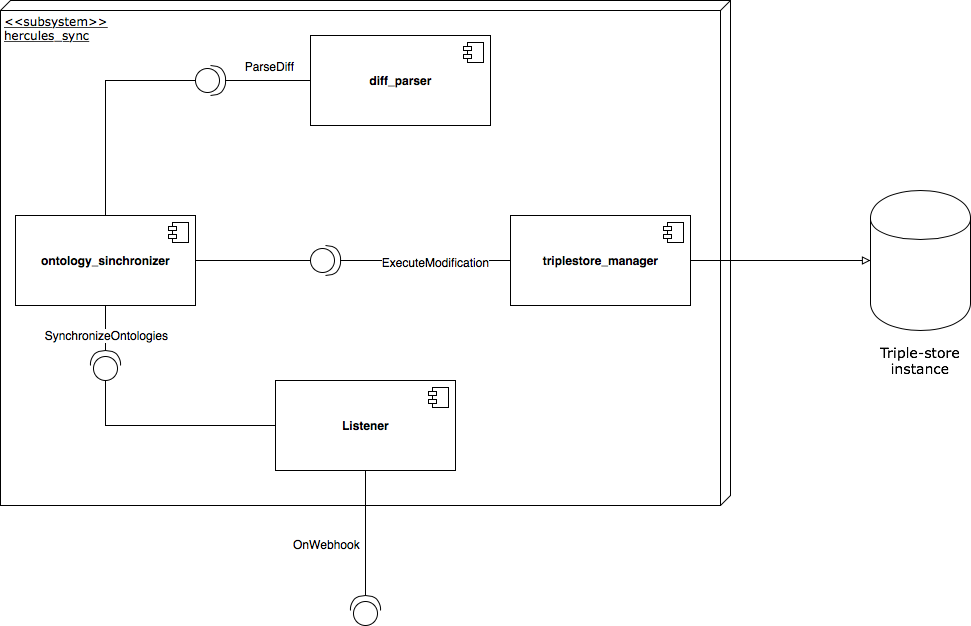
Above: docs/images/herc_sync_components.png in weso/hercules-sync (draw.io), before the change. Source tidied: cells renumbered, new cells last; positions are measured from the earlier drawing's top-left corner, leaving out a move shared by most shapes. Source of this version:
```xml
<mxGraphModel background="#ffffff">
  <root>
    <mxCell id="0" />
    <mxCell id="1" parent="0" />
    <mxCell id="2" value="&amp;lt;&amp;lt;subsystem&amp;gt;&amp;gt;&lt;br&gt;hercules_sync" style="verticalAlign=top;align=left;spacingTop=8;spacingLeft=2;spacingRight=12;shape=cube;size=10;direction=south;fontStyle=4;html=1;rounded=0;shadow=0;comic=0;labelBackgroundColor=none;strokeWidth=1;fontFamily=Verdana;fontSize=12;" parent="1" vertex="1">
      <mxGeometry width="730" height="505" as="geometry" />
    </mxCell>
    <mxCell id="3" style="edgeStyle=orthogonalEdgeStyle;rounded=0;jettySize=auto;html=1;exitX=0.5;exitY=1;exitDx=0;exitDy=0;entryX=1;entryY=0.5;entryDx=0;entryDy=0;entryPerimeter=0;endArrow=none;endFill=0;" parent="1" edge="1" source="6" target="8">
      <mxGeometry relative="1" as="geometry" />
    </mxCell>
    <mxCell id="4" value="OnWebhook" style="text;html=1;align=center;verticalAlign=middle;labelBackgroundColor=#ffffff;" parent="3" vertex="1">
      <mxGeometry x="0.17" y="1" relative="1" as="geometry">
        <mxPoint x="-41" as="offset" />
      </mxGeometry>
    </mxCell>
    <mxCell id="5" style="rounded=0;jettySize=auto;html=1;exitX=0;exitY=0.5;exitDx=0;exitDy=0;entryX=0;entryY=0.5;entryDx=0;entryDy=0;entryPerimeter=0;endArrow=none;endFill=0;" parent="1" edge="1" source="6" target="22">
      <mxGeometry relative="1" as="geometry">
        <Array as="points">
          <mxPoint x="105" y="425" />
        </Array>
      </mxGeometry>
    </mxCell>
    <mxCell id="6" value="&lt;b&gt;Listener&lt;/b&gt;" style="html=1;" parent="1" vertex="1">
      <mxGeometry x="275" y="380" width="180" height="90" as="geometry" />
    </mxCell>
    <mxCell id="7" style="shape=component;jettyWidth=8;jettyHeight=4;" parent="6" vertex="1">
      <mxGeometry x="1" width="20" height="20" relative="1" as="geometry">
        <mxPoint x="-27" y="7" as="offset" />
      </mxGeometry>
    </mxCell>
    <mxCell id="8" style="shape=providedRequiredInterface;html=1;verticalLabelPosition=bottom;rotation=-90;" parent="1" vertex="1">
      <mxGeometry x="350" y="595" width="30" height="30" as="geometry" />
    </mxCell>
    <mxCell id="9" style="edgeStyle=none;rounded=0;jettySize=auto;html=1;exitX=0.5;exitY=0;exitDx=0;exitDy=0;entryX=0;entryY=0.5;entryDx=0;entryDy=0;entryPerimeter=0;endArrow=none;endFill=0;" parent="1" edge="1" source="10" target="25">
      <mxGeometry relative="1" as="geometry">
        <Array as="points">
          <mxPoint x="105" y="80" />
        </Array>
      </mxGeometry>
    </mxCell>
    <mxCell id="10" value="&lt;b&gt;ontology_sinchronizer&lt;/b&gt;" style="html=1;" parent="1" vertex="1">
      <mxGeometry x="15" y="215" width="180" height="90" as="geometry" />
    </mxCell>
    <mxCell id="11" style="shape=component;jettyWidth=8;jettyHeight=4;" parent="10" vertex="1">
      <mxGeometry x="1" width="20" height="20" relative="1" as="geometry">
        <mxPoint x="-27" y="7" as="offset" />
      </mxGeometry>
    </mxCell>
    <mxCell id="12" style="edgeStyle=none;rounded=0;jettySize=auto;html=1;exitX=0;exitY=0.5;exitDx=0;exitDy=0;entryX=1;entryY=0.5;entryDx=0;entryDy=0;entryPerimeter=0;endArrow=none;endFill=0;" parent="1" edge="1" source="15" target="27">
      <mxGeometry relative="1" as="geometry" />
    </mxCell>
    <mxCell id="13" value="ExecuteModification" style="text;html=1;align=center;verticalAlign=middle;labelBackgroundColor=#ffffff;" parent="12" vertex="1">
      <mxGeometry x="-0.12" y="1" relative="1" as="geometry" />
    </mxCell>
    <mxCell id="14" style="edgeStyle=none;rounded=0;jettySize=auto;html=1;exitX=1;exitY=0.5;exitDx=0;exitDy=0;entryX=0;entryY=0.5;entryDx=0;entryDy=0;endArrow=block;endFill=0;" parent="1" edge="1" source="15" target="19">
      <mxGeometry relative="1" as="geometry" />
    </mxCell>
    <mxCell id="15" value="&lt;b&gt;triplestore_manager&lt;/b&gt;" style="html=1;" parent="1" vertex="1">
      <mxGeometry x="510" y="215" width="180" height="90" as="geometry" />
    </mxCell>
    <mxCell id="16" style="shape=component;jettyWidth=8;jettyHeight=4;" parent="15" vertex="1">
      <mxGeometry x="1" width="20" height="20" relative="1" as="geometry">
        <mxPoint x="-27" y="7" as="offset" />
      </mxGeometry>
    </mxCell>
    <mxCell id="17" value="&lt;b&gt;diff_parser&lt;/b&gt;" style="html=1;" parent="1" vertex="1">
      <mxGeometry x="310" y="35" width="180" height="90" as="geometry" />
    </mxCell>
    <mxCell id="18" style="shape=component;jettyWidth=8;jettyHeight=4;" parent="17" vertex="1">
      <mxGeometry x="1" width="20" height="20" relative="1" as="geometry">
        <mxPoint x="-27" y="7" as="offset" />
      </mxGeometry>
    </mxCell>
    <mxCell id="19" style="shape=cylinder;whiteSpace=wrap;html=1;boundedLbl=1;backgroundOutline=1;" parent="1" vertex="1">
      <mxGeometry x="870" y="190" width="100" height="140" as="geometry" />
    </mxCell>
    <mxCell id="20" style="edgeStyle=orthogonalEdgeStyle;rounded=0;jettySize=auto;html=1;exitX=1;exitY=0.5;exitDx=0;exitDy=0;exitPerimeter=0;entryX=0.5;entryY=1;entryDx=0;entryDy=0;endArrow=none;endFill=0;" parent="1" edge="1" source="22" target="10">
      <mxGeometry relative="1" as="geometry" />
    </mxCell>
    <mxCell id="21" value="SynchronizeOntologies" style="text;html=1;align=center;verticalAlign=middle;labelBackgroundColor=#ffffff;" parent="20" vertex="1">
      <mxGeometry x="0.23" relative="1" as="geometry">
        <mxPoint y="13" as="offset" />
      </mxGeometry>
    </mxCell>
    <mxCell id="22" style="shape=providedRequiredInterface;html=1;verticalLabelPosition=bottom;rotation=-90;" parent="1" vertex="1">
      <mxGeometry x="90" y="350" width="30" height="30" as="geometry" />
    </mxCell>
    <mxCell id="23" style="edgeStyle=none;rounded=0;jettySize=auto;html=1;exitX=1;exitY=0.5;exitDx=0;exitDy=0;exitPerimeter=0;entryX=0;entryY=0.5;entryDx=0;entryDy=0;endArrow=none;endFill=0;" parent="1" edge="1" source="25" target="17">
      <mxGeometry relative="1" as="geometry" />
    </mxCell>
    <mxCell id="24" value="ParseDiff" style="text;html=1;align=center;verticalAlign=middle;labelBackgroundColor=#ffffff;" parent="23" vertex="1">
      <mxGeometry x="0.25" y="2" relative="1" as="geometry">
        <mxPoint x="-10" y="-13" as="offset" />
      </mxGeometry>
    </mxCell>
    <mxCell id="25" style="shape=providedRequiredInterface;html=1;verticalLabelPosition=bottom;rotation=0;" parent="1" vertex="1">
      <mxGeometry x="195" y="65" width="30" height="30" as="geometry" />
    </mxCell>
    <mxCell id="26" style="edgeStyle=none;rounded=0;jettySize=auto;html=1;exitX=0;exitY=0.5;exitDx=0;exitDy=0;exitPerimeter=0;entryX=1;entryY=0.5;entryDx=0;entryDy=0;endArrow=none;endFill=0;" parent="1" edge="1" source="27" target="10">
      <mxGeometry relative="1" as="geometry" />
    </mxCell>
    <mxCell id="27" style="shape=providedRequiredInterface;html=1;verticalLabelPosition=bottom;rotation=0;" parent="1" vertex="1">
      <mxGeometry x="310" y="245" width="30" height="30" as="geometry" />
    </mxCell>
    <mxCell id="28" value="Triple-store instance" style="text;html=1;strokeColor=none;fillColor=none;align=center;verticalAlign=middle;whiteSpace=wrap;rounded=0;fontSize=14;fontFamily=Verdana;" parent="1" vertex="1">
      <mxGeometry x="875" y="340" width="90" height="40" as="geometry" />
    </mxCell>
  </root>
</mxGraphModel>
```
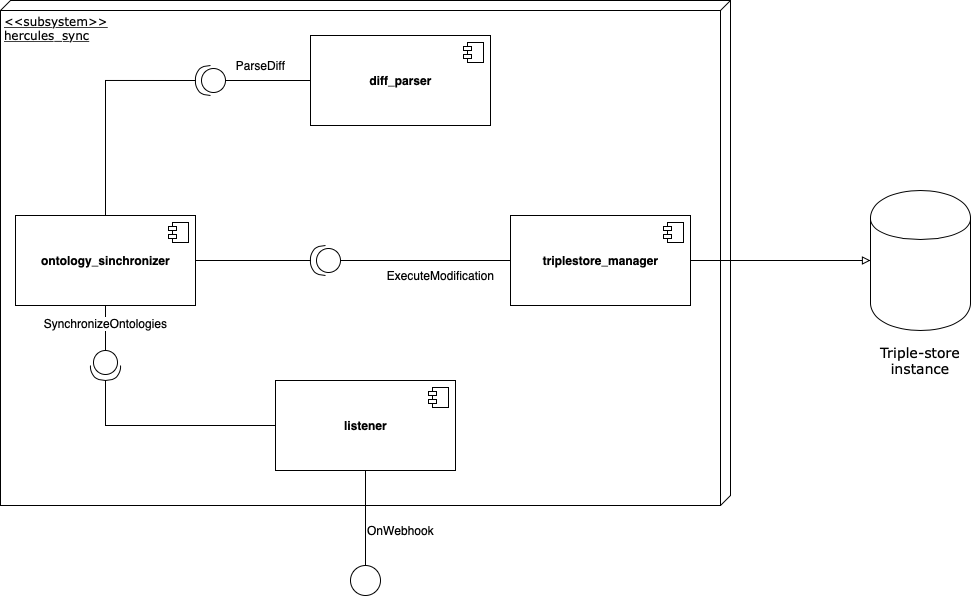
The same diagram one commit later.

Commit message:
Update components diagram

Change to the diagram source:
```diff
@@ -5,22 +5,15 @@
     <mxCell id="2" value="&amp;lt;&amp;lt;subsystem&amp;gt;&amp;gt;&lt;br&gt;hercules_sync" style="verticalAlign=top;align=left;spacingTop=8;spacingLeft=2;spacingRight=12;shape=cube;size=10;direction=south;fontStyle=4;html=1;rounded=0;shadow=0;comic=0;labelBackgroundColor=none;strokeWidth=1;fontFamily=Verdana;fontSize=12;" parent="1" vertex="1">
       <mxGeometry width="730" height="505" as="geometry" />
     </mxCell>
-    <mxCell id="3" style="edgeStyle=orthogonalEdgeStyle;rounded=0;jettySize=auto;html=1;exitX=0.5;exitY=1;exitDx=0;exitDy=0;entryX=1;entryY=0.5;entryDx=0;entryDy=0;entryPerimeter=0;endArrow=none;endFill=0;" parent="1" edge="1" source="6" target="8">
-      <mxGeometry relative="1" as="geometry" />
-    </mxCell>
+    <mxCell id="29" style="edgeStyle=orthogonalEdgeStyle;rounded=0;jettySize=auto;html=1;exitX=0.5;exitY=1;exitDx=0;exitDy=0;entryX=0.5;entryY=0;entryDx=0;entryDy=0;endArrow=none;endFill=0;" parent="1" edge="1" source="6" target="34">
+      <mxGeometry relative="1" as="geometry" />
+    </mxCell>
-    <mxCell id="4" value="OnWebhook" style="text;html=1;align=center;verticalAlign=middle;labelBackgroundColor=#ffffff;" parent="3" vertex="1">
-      <mxGeometry x="0.17" y="1" relative="1" as="geometry">
-        <mxPoint x="-41" as="offset" />
+    <mxCell id="4" value="OnWebhook" style="text;html=1;align=center;verticalAlign=middle;labelBackgroundColor=#ffffff;" parent="29" vertex="1">
+      <mxGeometry x="0.26" y="1" relative="1" as="geometry">
+        <mxPoint x="34" as="offset" />
       </mxGeometry>
     </mxCell>
-    <mxCell id="5" style="rounded=0;jettySize=auto;html=1;exitX=0;exitY=0.5;exitDx=0;exitDy=0;entryX=0;entryY=0.5;entryDx=0;entryDy=0;entryPerimeter=0;endArrow=none;endFill=0;" parent="1" edge="1" source="6" target="22">
-      <mxGeometry relative="1" as="geometry">
-        <Array as="points">
-          <mxPoint x="105" y="425" />
-        </Array>
-      </mxGeometry>
-    </mxCell>
-    <mxCell id="6" value="&lt;b&gt;Listener&lt;/b&gt;" style="html=1;" parent="1" vertex="1">
+    <mxCell id="6" value="&lt;b&gt;listener&lt;/b&gt;" style="html=1;" parent="1" vertex="1">
       <mxGeometry x="275" y="380" width="180" height="90" as="geometry" />
     </mxCell>
     <mxCell id="7" style="shape=component;jettyWidth=8;jettyHeight=4;" parent="6" vertex="1">
@@ -28,16 +21,6 @@
         <mxPoint x="-27" y="7" as="offset" />
       </mxGeometry>
     </mxCell>
-    <mxCell id="8" style="shape=providedRequiredInterface;html=1;verticalLabelPosition=bottom;rotation=-90;" parent="1" vertex="1">
-      <mxGeometry x="350" y="595" width="30" height="30" as="geometry" />
-    </mxCell>
-    <mxCell id="9" style="edgeStyle=none;rounded=0;jettySize=auto;html=1;exitX=0.5;exitY=0;exitDx=0;exitDy=0;entryX=0;entryY=0.5;entryDx=0;entryDy=0;entryPerimeter=0;endArrow=none;endFill=0;" parent="1" edge="1" source="10" target="25">
-      <mxGeometry relative="1" as="geometry">
-        <Array as="points">
-          <mxPoint x="105" y="80" />
-        </Array>
-      </mxGeometry>
-    </mxCell>
     <mxCell id="10" value="&lt;b&gt;ontology_sinchronizer&lt;/b&gt;" style="html=1;" parent="1" vertex="1">
       <mxGeometry x="15" y="215" width="180" height="90" as="geometry" />
     </mxCell>
@@ -46,12 +29,6 @@
         <mxPoint x="-27" y="7" as="offset" />
       </mxGeometry>
     </mxCell>
-    <mxCell id="12" style="edgeStyle=none;rounded=0;jettySize=auto;html=1;exitX=0;exitY=0.5;exitDx=0;exitDy=0;entryX=1;entryY=0.5;entryDx=0;entryDy=0;entryPerimeter=0;endArrow=none;endFill=0;" parent="1" edge="1" source="15" target="27">
-      <mxGeometry relative="1" as="geometry" />
-    </mxCell>
-    <mxCell id="13" value="ExecuteModification" style="text;html=1;align=center;verticalAlign=middle;labelBackgroundColor=#ffffff;" parent="12" vertex="1">
-      <mxGeometry x="-0.12" y="1" relative="1" as="geometry" />
-    </mxCell>
     <mxCell id="14" style="edgeStyle=none;rounded=0;jettySize=auto;html=1;exitX=1;exitY=0.5;exitDx=0;exitDy=0;entryX=0;entryY=0.5;entryDx=0;entryDy=0;endArrow=block;endFill=0;" parent="1" edge="1" source="15" target="19">
       <mxGeometry relative="1" as="geometry" />
     </mxCell>
@@ -74,36 +51,55 @@
     <mxCell id="19" style="shape=cylinder;whiteSpace=wrap;html=1;boundedLbl=1;backgroundOutline=1;" parent="1" vertex="1">
       <mxGeometry x="870" y="190" width="100" height="140" as="geometry" />
     </mxCell>
-    <mxCell id="20" style="edgeStyle=orthogonalEdgeStyle;rounded=0;jettySize=auto;html=1;exitX=1;exitY=0.5;exitDx=0;exitDy=0;exitPerimeter=0;entryX=0.5;entryY=1;entryDx=0;entryDy=0;endArrow=none;endFill=0;" parent="1" edge="1" source="22" target="10">
-      <mxGeometry relative="1" as="geometry" />
-    </mxCell>
+    <mxCell id="22" style="shape=providedRequiredInterface;html=1;verticalLabelPosition=bottom;rotation=90;" parent="1" vertex="1">
+      <mxGeometry x="90" y="350" width="30" height="30" as="geometry" />
+    </mxCell>
+    <mxCell id="30" style="edgeStyle=orthogonalEdgeStyle;rounded=0;jettySize=auto;html=1;exitX=1;exitY=0.5;exitDx=0;exitDy=0;exitPerimeter=0;entryX=0.5;entryY=0;entryDx=0;entryDy=0;endArrow=none;endFill=0;" parent="1" edge="1" source="25" target="10">
+      <mxGeometry relative="1" as="geometry" />
+    </mxCell>
+    <mxCell id="25" style="shape=providedRequiredInterface;html=1;verticalLabelPosition=bottom;rotation=-180;" parent="1" vertex="1">
+      <mxGeometry x="195" y="65" width="30" height="30" as="geometry" />
+    </mxCell>
+    <mxCell id="27" style="shape=providedRequiredInterface;html=1;verticalLabelPosition=bottom;rotation=-180;" parent="1" vertex="1">
+      <mxGeometry x="310" y="245" width="30" height="30" as="geometry" />
+    </mxCell>
+    <mxCell id="28" value="Triple-store instance" style="text;html=1;strokeColor=none;fillColor=none;align=center;verticalAlign=middle;whiteSpace=wrap;rounded=0;fontSize=14;fontFamily=Verdana;" parent="1" vertex="1">
+      <mxGeometry x="875" y="340" width="90" height="40" as="geometry" />
+    </mxCell>
+    <mxCell id="31" style="endArrow=none;html=1;entryX=1;entryY=0.5;entryDx=0;entryDy=0;entryPerimeter=0;exitX=1;exitY=0.5;exitDx=0;exitDy=0;" parent="1" edge="1" source="10" target="27">
+      <mxGeometry relative="1" as="geometry" />
+    </mxCell>
+    <mxCell id="32" style="endArrow=none;html=1;entryX=0;entryY=0.5;entryDx=0;entryDy=0;exitX=0;exitY=0.5;exitDx=0;exitDy=0;exitPerimeter=0;" parent="1" edge="1" source="27" target="15">
+      <mxGeometry relative="1" as="geometry" />
+    </mxCell>
+    <mxCell id="13" value="ExecuteModification" style="text;html=1;align=center;verticalAlign=middle;labelBackgroundColor=#ffffff;" parent="32" vertex="1">
+      <mxGeometry x="0.27" y="-1" relative="1" as="geometry">
+        <mxPoint x="-7.6" y="14" as="offset" />
+      </mxGeometry>
+    </mxCell>
+    <mxCell id="33" style="endArrow=none;html=1;entryX=0;entryY=0.5;entryDx=0;entryDy=0;entryPerimeter=0;exitX=0.5;exitY=1;exitDx=0;exitDy=0;" parent="1" edge="1" source="10" target="22">
+      <mxGeometry relative="1" as="geometry" />
+    </mxCell>
-    <mxCell id="21" value="SynchronizeOntologies" style="text;html=1;align=center;verticalAlign=middle;labelBackgroundColor=#ffffff;" parent="20" vertex="1">
-      <mxGeometry x="0.23" relative="1" as="geometry">
-        <mxPoint y="13" as="offset" />
-      </mxGeometry>
+    <mxCell id="21" value="SynchronizeOntologies" style="text;html=1;align=center;verticalAlign=middle;labelBackgroundColor=#ffffff;" parent="33" vertex="1">
+      <mxGeometry x="-0.21" relative="1" as="geometry" />
     </mxCell>
-    <mxCell id="22" style="shape=providedRequiredInterface;html=1;verticalLabelPosition=bottom;rotation=-90;" parent="1" vertex="1">
-      <mxGeometry x="90" y="350" width="30" height="30" as="geometry" />
-    </mxCell>
+    <mxCell id="5" style="endArrow=none;html=1;entryX=1;entryY=0.5;entryDx=0;entryDy=0;entryPerimeter=0;exitX=0;exitY=0.5;exitDx=0;exitDy=0;rounded=0;" parent="1" edge="1" source="6" target="22">
+      <mxGeometry relative="1" as="geometry">
+        <Array as="points">
+          <mxPoint x="105" y="425" />
+        </Array>
+      </mxGeometry>
+    </mxCell>
-    <mxCell id="23" style="edgeStyle=none;rounded=0;jettySize=auto;html=1;exitX=1;exitY=0.5;exitDx=0;exitDy=0;exitPerimeter=0;entryX=0;entryY=0.5;entryDx=0;entryDy=0;endArrow=none;endFill=0;" parent="1" edge="1" source="25" target="17">
+    <mxCell id="23" style="endArrow=none;html=1;entryX=0;entryY=0.5;entryDx=0;entryDy=0;exitX=0;exitY=0.5;exitDx=0;exitDy=0;exitPerimeter=0;" parent="1" edge="1" source="25" target="17">
       <mxGeometry relative="1" as="geometry" />
     </mxCell>
     <mxCell id="24" value="ParseDiff" style="text;html=1;align=center;verticalAlign=middle;labelBackgroundColor=#ffffff;" parent="23" vertex="1">
-      <mxGeometry x="0.25" y="2" relative="1" as="geometry">
-        <mxPoint x="-10" y="-13" as="offset" />
+      <mxGeometry x="0.22" relative="1" as="geometry">
+        <mxPoint x="-16.7" y="-15" as="offset" />
       </mxGeometry>
     </mxCell>
-    <mxCell id="25" style="shape=providedRequiredInterface;html=1;verticalLabelPosition=bottom;rotation=0;" parent="1" vertex="1">
-      <mxGeometry x="195" y="65" width="30" height="30" as="geometry" />
-    </mxCell>
-    <mxCell id="26" style="edgeStyle=none;rounded=0;jettySize=auto;html=1;exitX=0;exitY=0.5;exitDx=0;exitDy=0;exitPerimeter=0;entryX=1;entryY=0.5;entryDx=0;entryDy=0;endArrow=none;endFill=0;" parent="1" edge="1" source="27" target="10">
-      <mxGeometry relative="1" as="geometry" />
-    </mxCell>
-    <mxCell id="27" style="shape=providedRequiredInterface;html=1;verticalLabelPosition=bottom;rotation=0;" parent="1" vertex="1">
-      <mxGeometry x="310" y="245" width="30" height="30" as="geometry" />
-    </mxCell>
-    <mxCell id="28" value="Triple-store instance" style="text;html=1;strokeColor=none;fillColor=none;align=center;verticalAlign=middle;whiteSpace=wrap;rounded=0;fontSize=14;fontFamily=Verdana;" parent="1" vertex="1">
-      <mxGeometry x="875" y="340" width="90" height="40" as="geometry" />
-    </mxCell>
+    <mxCell id="34" style="ellipse;whiteSpace=wrap;html=1;" parent="1" vertex="1">
+      <mxGeometry x="350" y="565" width="30" height="30" as="geometry" />
+    </mxCell>
   </root>
 </mxGraphModel>
```
